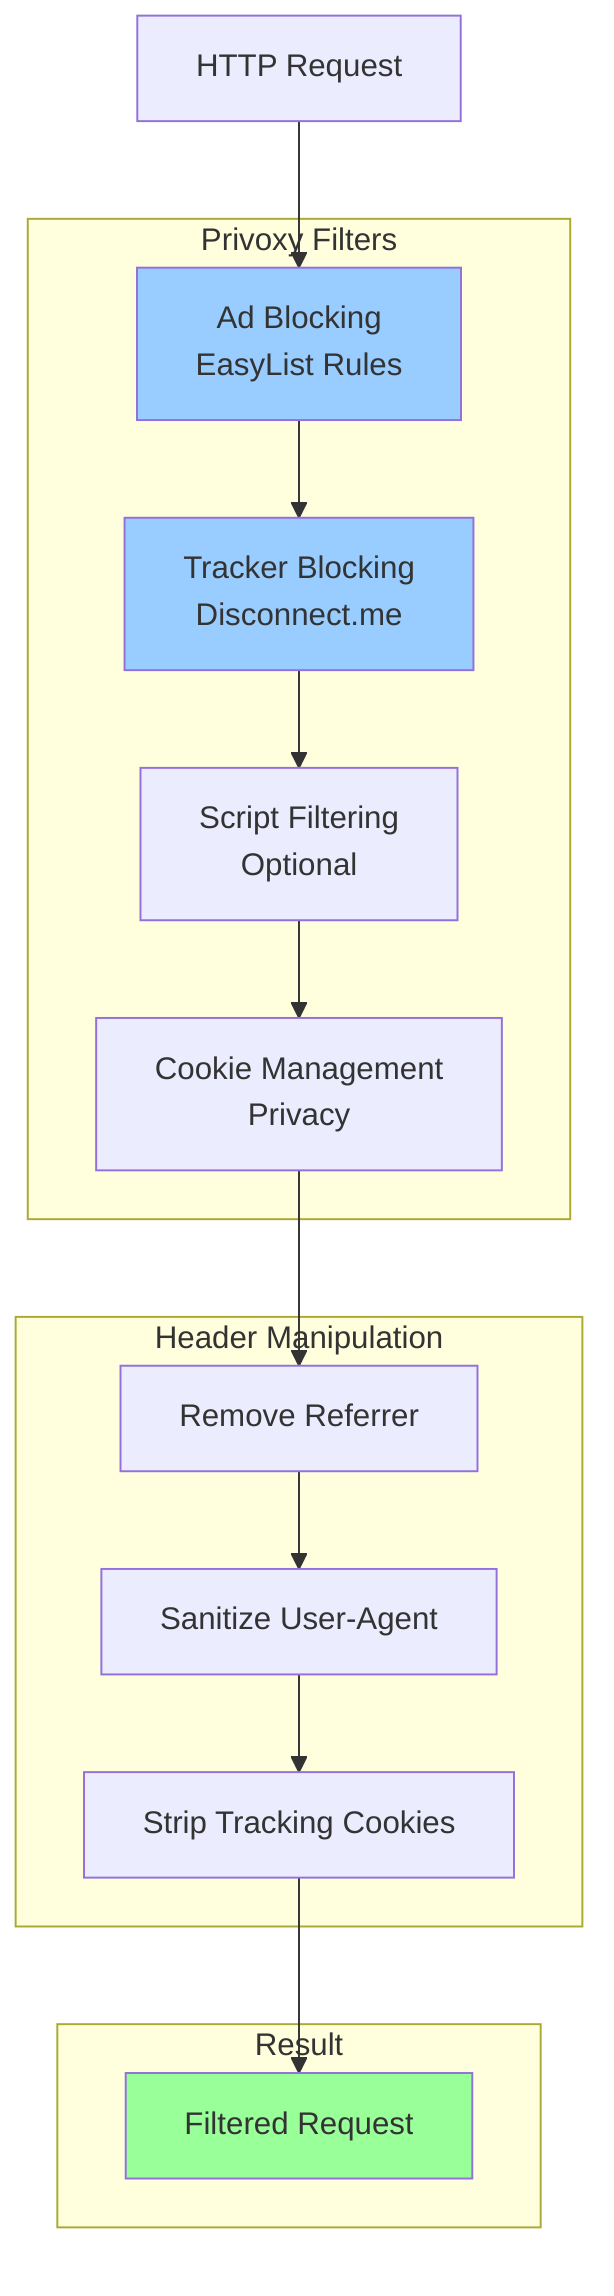
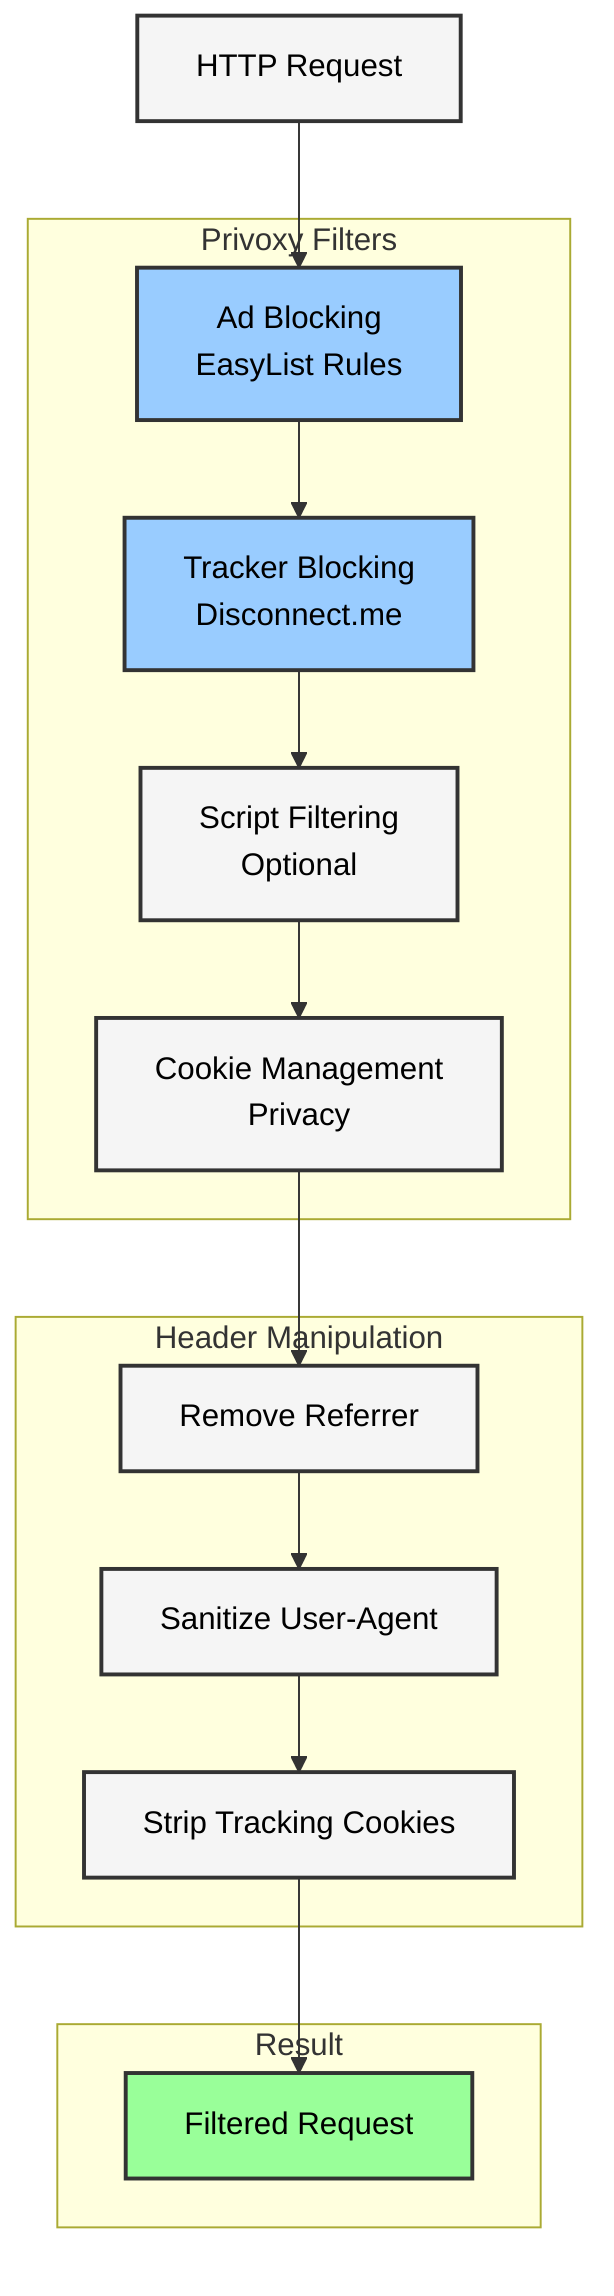
graph TB
+     classDef default fill:#f5f5f5,stroke:#333,stroke-width:2px,color:#000000
    Request[HTTP Request]

    subgraph "Privoxy Filters"
        AdFilter[Ad Blocking<br/>EasyList Rules]
        TrackerFilter[Tracker Blocking<br/>Disconnect.me]
        ScriptFilter[Script Filtering<br/>Optional]
        CookieFilter[Cookie Management<br/>Privacy]
    end

    subgraph "Header Manipulation"
        RemoveRef[Remove Referrer]
        RemoveUA[Sanitize User-Agent]
        RemoveCookie[Strip Tracking Cookies]
    end

    subgraph "Result"
        Filtered[Filtered Request]
    end

    Request --> AdFilter
    AdFilter --> TrackerFilter
    TrackerFilter --> ScriptFilter
    ScriptFilter --> CookieFilter

    CookieFilter --> RemoveRef
    RemoveRef --> RemoveUA
    RemoveUA --> RemoveCookie

    RemoveCookie --> Filtered

-     style AdFilter fill:#99ccff
-     style TrackerFilter fill:#99ccff
-     style Filtered fill:#99ff99
+     style AdFilter fill:#99ccff,stroke:#333,stroke-width:2px,color:#000000
+     style TrackerFilter fill:#99ccff,stroke:#333,stroke-width:2px,color:#000000
+     style Filtered fill:#99ff99,stroke:#333,stroke-width:2px,color:#000000
